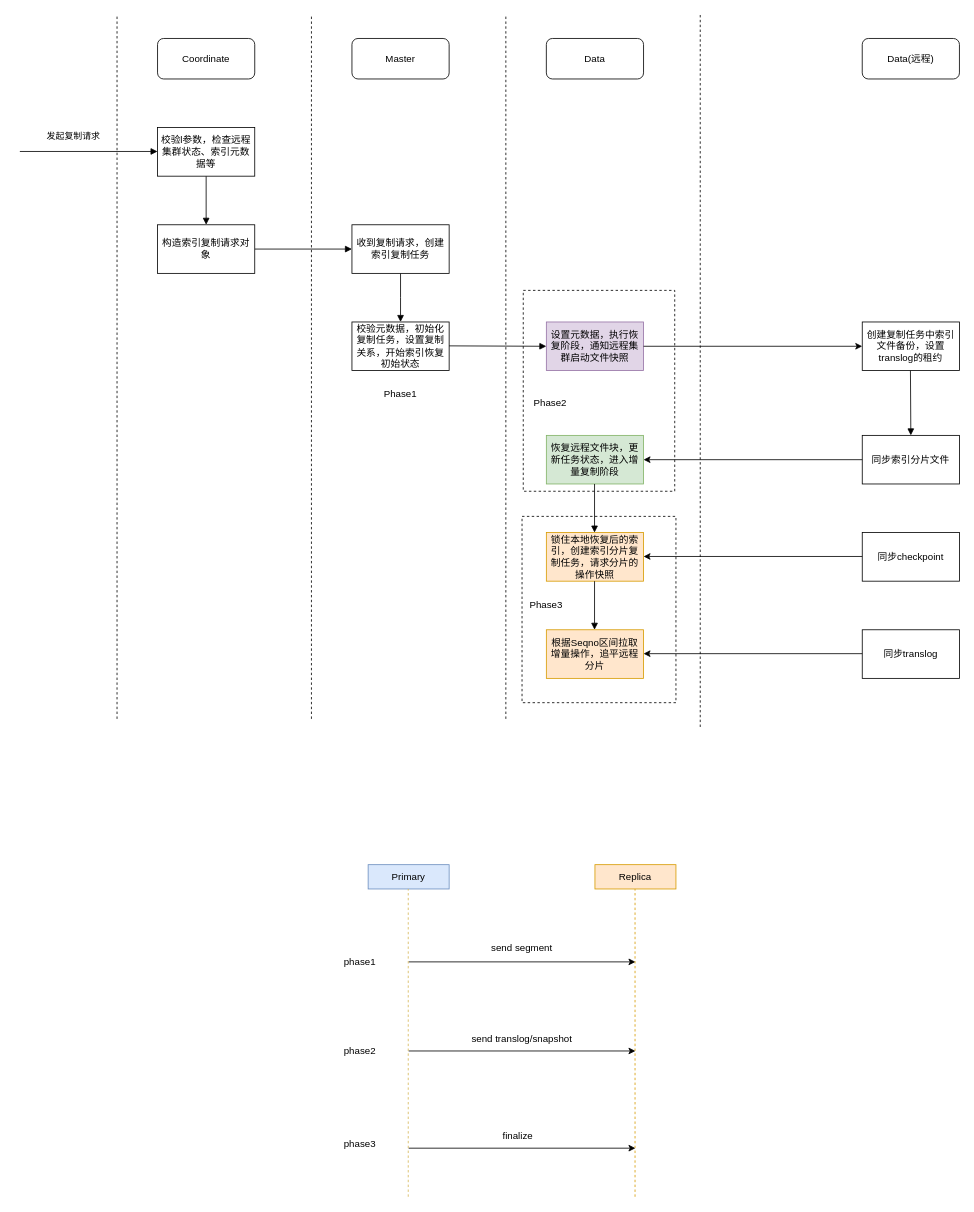
Earlier version of the draw.io diagram elasticsearch/replication/es_occr.drawio (kingskipper/design). Source tidied: cells renumbered, new cells numbered last; positions are measured from the earlier drawing's top-left corner, leaving out a move shared by most shapes. Both pictures are drawn from the tidied source at 81%, with x=0, y=0 at pixel (19, 14).
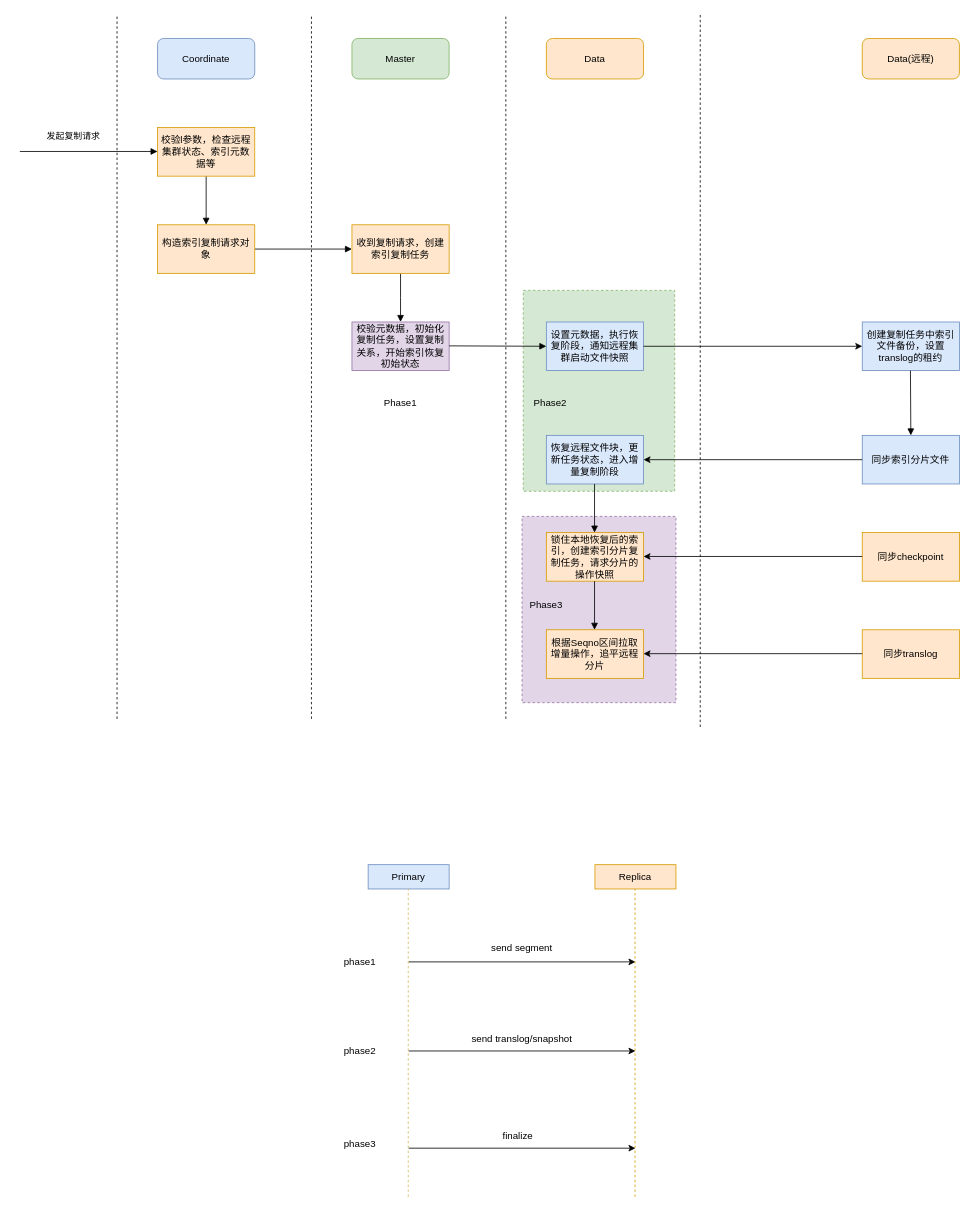
The same diagram, later.

Change to the diagram source:
```diff
@@
-    <mxCell id="2" style="rounded=0;whiteSpace=wrap;html=1;dashed=1;" parent="1" vertex="1">
+    <mxCell id="2" style="rounded=0;whiteSpace=wrap;html=1;dashed=1;fillColor=#d5e8d4;strokeColor=#82b366;" parent="1" vertex="1">
       <mxGeometry x="621.5" y="341" width="187" height="248" as="geometry" />
     </mxCell>
-    <mxCell id="3" style="rounded=0;whiteSpace=wrap;html=1;dashed=1;" parent="1" vertex="1">
+    <mxCell id="3" style="rounded=0;whiteSpace=wrap;html=1;dashed=1;fillColor=#e1d5e7;strokeColor=#9673a6;" parent="1" vertex="1">
       <mxGeometry x="620" y="620" width="190" height="230" as="geometry" />
     </mxCell>
@@
-    <mxCell id="5" value="Coordinate" style="rounded=1;whiteSpace=wrap;html=1;" parent="1" vertex="1">
+    <mxCell id="5" value="Coordinate" style="rounded=1;whiteSpace=wrap;html=1;fillColor=#dae8fc;strokeColor=#6c8ebf;" parent="1" vertex="1">
       <mxGeometry x="170" y="30" width="120" height="50" as="geometry" />
     </mxCell>
@@
-    <mxCell id="8" value="构造索引复制请求对象" style="rounded=0;whiteSpace=wrap;html=1;" parent="1" vertex="1">
+    <mxCell id="8" value="构造索引复制请求对象" style="rounded=0;whiteSpace=wrap;html=1;fillColor=#ffe6cc;strokeColor=#d79b00;" parent="1" vertex="1">
       <mxGeometry x="170" y="260" width="120" height="60" as="geometry" />
     </mxCell>
@@
-    <mxCell id="11" value="Master" style="rounded=1;whiteSpace=wrap;html=1;" parent="1" vertex="1">
+    <mxCell id="11" value="Master" style="rounded=1;whiteSpace=wrap;html=1;fillColor=#d5e8d4;strokeColor=#82b366;" parent="1" vertex="1">
       <mxGeometry x="410" y="30" width="120" height="50" as="geometry" />
     </mxCell>
@@
-    <mxCell id="13" value="校验l参数，检查远程集群状态、索引元数据等" style="rounded=0;whiteSpace=wrap;html=1;" parent="1" vertex="1">
+    <mxCell id="13" value="校验l参数，检查远程集群状态、索引元数据等" style="rounded=0;whiteSpace=wrap;html=1;fillColor=#ffe6cc;strokeColor=#d79b00;" parent="1" vertex="1">
       <mxGeometry x="170" y="140" width="120" height="60" as="geometry" />
     </mxCell>
@@
-    <mxCell id="15" value="收到复制请求，创建索引复制任务" style="rounded=0;whiteSpace=wrap;html=1;" parent="1" vertex="1">
+    <mxCell id="15" value="收到复制请求，创建索引复制任务" style="rounded=0;whiteSpace=wrap;html=1;fillColor=#ffe6cc;strokeColor=#d79b00;" parent="1" vertex="1">
       <mxGeometry x="410" y="260" width="120" height="60" as="geometry" />
     </mxCell>
@@
-    <mxCell id="17" value="Data" style="rounded=1;whiteSpace=wrap;html=1;" parent="1" vertex="1">
+    <mxCell id="17" value="Data" style="rounded=1;whiteSpace=wrap;html=1;fillColor=#ffe6cc;strokeColor=#d79b00;" parent="1" vertex="1">
       <mxGeometry x="650" y="30" width="120" height="50" as="geometry" />
     </mxCell>
-    <mxCell id="18" value="Data(远程)" style="rounded=1;whiteSpace=wrap;html=1;" parent="1" vertex="1">
+    <mxCell id="18" value="Data(远程)" style="rounded=1;whiteSpace=wrap;html=1;fillColor=#ffe6cc;strokeColor=#d79b00;" parent="1" vertex="1">
       <mxGeometry x="1040" y="30" width="120" height="50" as="geometry" />
     </mxCell>
@@
-    <mxCell id="20" value="校验元数据，初始化复制任务，设置复制关系，开始索引恢复初始状态" style="rounded=0;whiteSpace=wrap;html=1;" parent="1" vertex="1">
+    <mxCell id="20" value="校验元数据，初始化复制任务，设置复制关系，开始索引恢复初始状态" style="rounded=0;whiteSpace=wrap;html=1;fillColor=#e1d5e7;strokeColor=#9673a6;" parent="1" vertex="1">
       <mxGeometry x="410" y="380" width="120" height="60" as="geometry" />
     </mxCell>
@@
-    <mxCell id="22" value="设置元数据，执行恢复阶段，通知远程集群启动文件快照" style="rounded=0;whiteSpace=wrap;html=1;fillColor=#e1d5e7;strokeColor=#9673a6;" parent="1" vertex="1">
+    <mxCell id="22" value="设置元数据，执行恢复阶段，通知远程集群启动文件快照" style="rounded=0;whiteSpace=wrap;html=1;fillColor=#dae8fc;strokeColor=#6c8ebf;" parent="1" vertex="1">
       <mxGeometry x="650" y="380" width="120" height="60" as="geometry" />
     </mxCell>
-    <mxCell id="23" value="恢复远程文件块，更新任务状态，进入增量复制阶段" style="rounded=0;whiteSpace=wrap;html=1;fillColor=#d5e8d4;strokeColor=#82b366;" parent="1" vertex="1">
+    <mxCell id="23" value="恢复远程文件块，更新任务状态，进入增量复制阶段" style="rounded=0;whiteSpace=wrap;html=1;fillColor=#dae8fc;strokeColor=#6c8ebf;" parent="1" vertex="1">
       <mxGeometry x="650" y="520" width="120" height="60" as="geometry" />
     </mxCell>
-    <mxCell id="24" value="同步索引分片文件" style="rounded=0;whiteSpace=wrap;html=1;" parent="1" vertex="1">
+    <mxCell id="24" value="同步索引分片文件" style="rounded=0;whiteSpace=wrap;html=1;fillColor=#dae8fc;strokeColor=#6c8ebf;" parent="1" vertex="1">
       <mxGeometry x="1040" y="520" width="120" height="60" as="geometry" />
     </mxCell>
-    <mxCell id="25" value="创建复制任务中索引文件备份，设置translog的租约" style="rounded=0;whiteSpace=wrap;html=1;" parent="1" vertex="1">
+    <mxCell id="25" value="创建复制任务中索引文件备份，设置translog的租约" style="rounded=0;whiteSpace=wrap;html=1;fillColor=#dae8fc;strokeColor=#6c8ebf;" parent="1" vertex="1">
       <mxGeometry x="1040" y="380" width="120" height="60" as="geometry" />
     </mxCell>
@@
-    <mxCell id="31" value="同步checkpoint" style="rounded=0;whiteSpace=wrap;html=1;" parent="1" vertex="1">
+    <mxCell id="31" value="同步checkpoint" style="rounded=0;whiteSpace=wrap;html=1;fillColor=#ffe6cc;strokeColor=#d79b00;" parent="1" vertex="1">
       <mxGeometry x="1040" y="640" width="120" height="60" as="geometry" />
     </mxCell>
@@
-    <mxCell id="34" value="同步translog" style="rounded=0;whiteSpace=wrap;html=1;" parent="1" vertex="1">
+    <mxCell id="34" value="同步translog" style="rounded=0;whiteSpace=wrap;html=1;fillColor=#ffe6cc;strokeColor=#d79b00;" parent="1" vertex="1">
       <mxGeometry x="1040" y="760" width="120" height="60" as="geometry" />
     </mxCell>
@@
     <mxCell id="37" value="Phase1" style="text;html=1;strokeColor=none;fillColor=none;align=center;verticalAlign=middle;whiteSpace=wrap;rounded=0;" parent="1" vertex="1">
-      <mxGeometry x="440" y="454" width="60" height="30" as="geometry" />
+      <mxGeometry x="440" y="465" width="60" height="30" as="geometry" />
     </mxCell>
```
